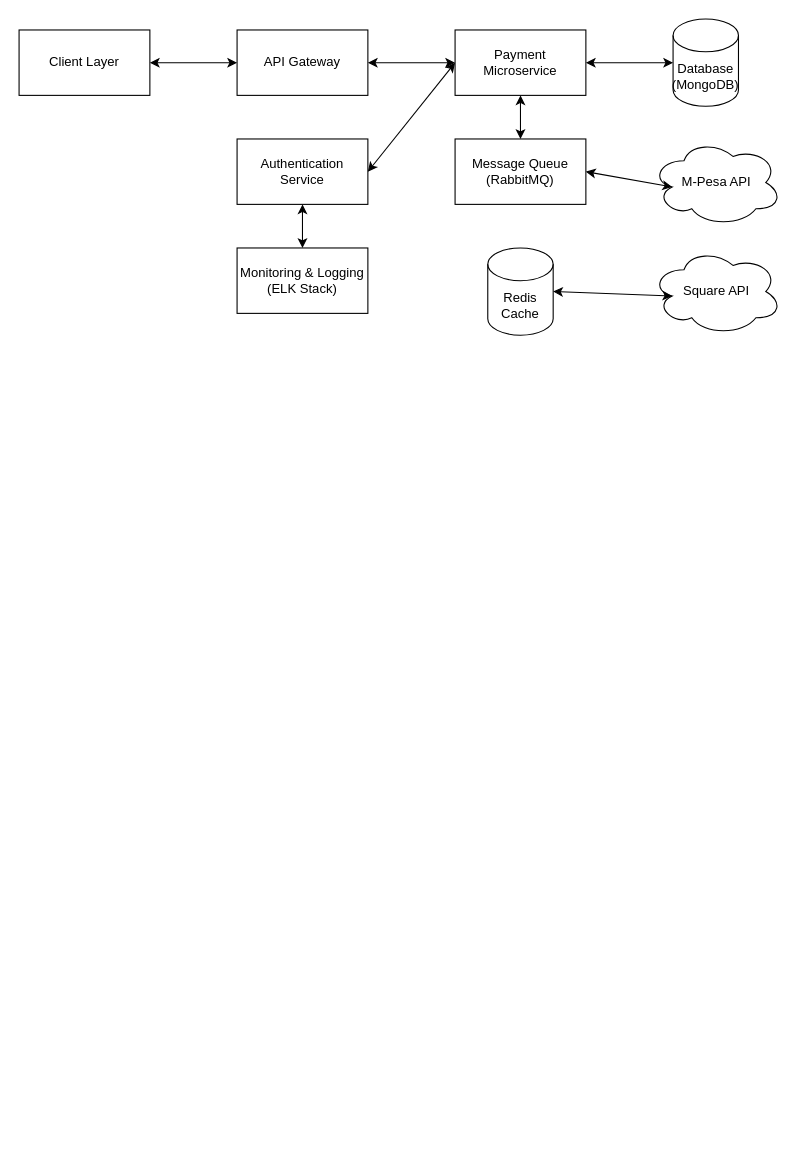
Jace254/Jace254 keeps this draw.io diagram as Untitled Diagram.drawio. Above is the earlier version. Source tidied: cells renumbered, new cells numbered last; positions are measured from the earlier drawing's top-left corner, leaving out a move shared by most shapes. Both pictures are drawn from the tidied source at 109%, with x=0, y=0 at pixel (19, 19).
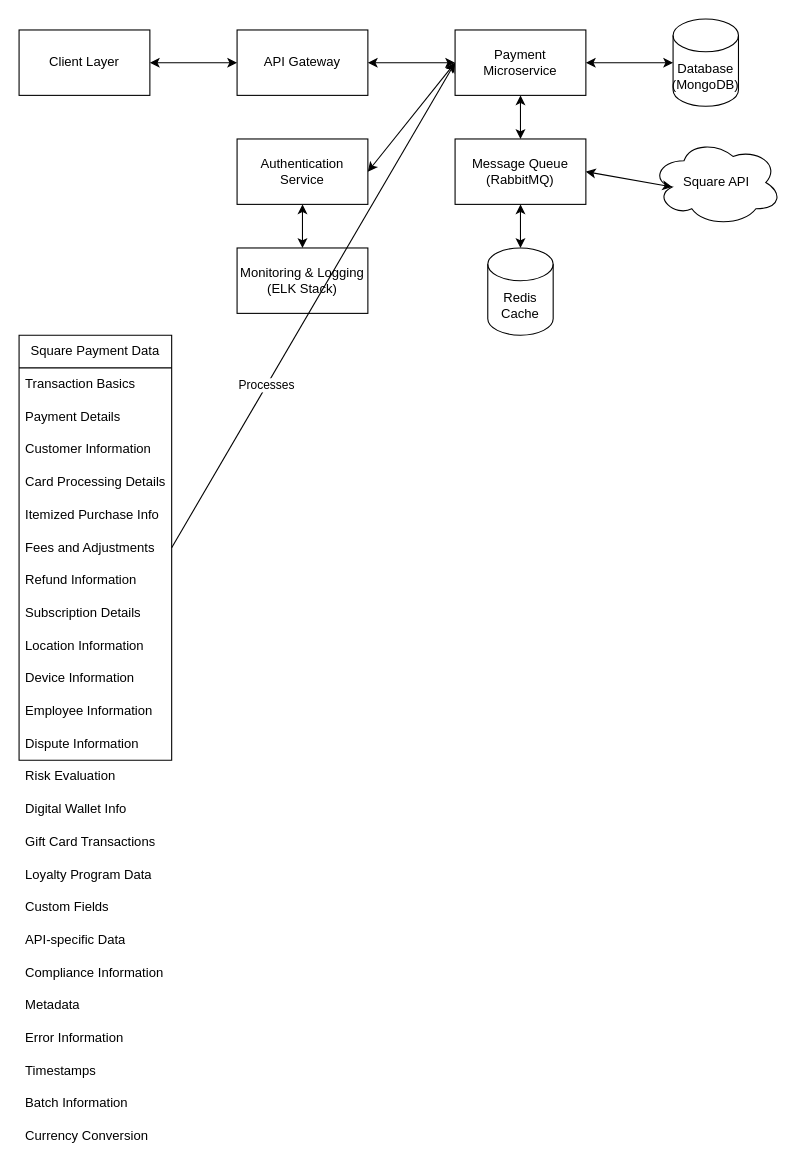
Above is the later version.

The change refers to these unchanged cells:
```xml
<mxCell id="4" value="Payment Microservice" style="rounded=0;whiteSpace=wrap;html=1;" parent="1" vertex="1">
  <mxGeometry x="400" y="10" width="120" height="60" as="geometry" />
</mxCell>
<mxCell id="5" value="Message Queue (RabbitMQ)" style="rounded=0;whiteSpace=wrap;html=1;" parent="1" vertex="1">
  <mxGeometry x="400" y="110" width="120" height="60" as="geometry" />
</mxCell>
<mxCell id="9" value="Redis Cache" style="shape=cylinder3;whiteSpace=wrap;html=1;boundedLbl=1;size=15;" parent="1" vertex="1">
  <mxGeometry x="430" y="210" width="60" height="80" as="geometry" />
</mxCell>
```

What changed in the source:
```diff
@@
-    <mxCell id="7" value="M-Pesa API" style="ellipse;shape=cloud;whiteSpace=wrap;html=1;" parent="1" vertex="1">
-      <mxGeometry x="580" y="110" width="120" height="80" as="geometry" />
-    </mxCell>
     <mxCell id="8" value="Square API" style="ellipse;shape=cloud;whiteSpace=wrap;html=1;" parent="1" vertex="1">
-      <mxGeometry x="580" y="210" width="120" height="80" as="geometry" />
+      <mxGeometry x="580" y="110" width="120" height="80" as="geometry" />
     </mxCell>
@@
-    <mxCell id="16" style="endArrow=classic;startArrow=classic;html=1;rounded=0;exitX=1;exitY=0.5;exitDx=0;exitDy=0;entryX=0.16;entryY=0.55;entryDx=0;entryDy=0;entryPerimeter=0;" parent="1" edge="1" source="5" target="7">
+    <mxCell id="16" style="endArrow=classic;startArrow=classic;html=1;rounded=0;exitX=1;exitY=0.5;exitDx=0;exitDy=0;entryX=0.16;entryY=0.55;entryDx=0;entryDy=0;entryPerimeter=0;" parent="1" edge="1" source="5" target="8">
       <mxGeometry relative="1" as="geometry" />
     </mxCell>
-    <mxCell id="17" style="endArrow=classic;startArrow=classic;html=1;rounded=0;exitX=1;exitY=0.5;exitDx=0;exitDy=0;entryX=0.16;entryY=0.55;entryDx=0;entryDy=0;entryPerimeter=0;" parent="1" edge="1" source="9" target="8">
+    <mxCell id="17" style="endArrow=classic;startArrow=classic;html=1;rounded=0;exitX=0.5;exitY=0;exitDx=0;exitDy=0;entryX=0.5;entryY=1;entryDx=0;entryDy=0;" parent="1" edge="1" source="9" target="5">
       <mxGeometry relative="1" as="geometry" />
     </mxCell>
@@
+    <mxCell id="20" value="Square Payment Data" style="swimlane;fontStyle=0;horizontal=1;startSize=30;whiteSpace=wrap;html=1;" parent="1" vertex="1">
+      <mxGeometry y="290" width="140" height="390" as="geometry" />
+    </mxCell>
+    <mxCell id="21" value="Transaction Basics" style="text;strokeColor=none;fillColor=none;align=left;verticalAlign=middle;spacingLeft=4;spacingRight=4;overflow=hidden;whiteSpace=wrap;html=1;" parent="20" vertex="1">
+      <mxGeometry y="30" width="140" height="30" as="geometry" />
+    </mxCell>
+    <mxCell id="22" value="Payment Details" style="text;strokeColor=none;fillColor=none;align=left;verticalAlign=middle;spacingLeft=4;spacingRight=4;overflow=hidden;whiteSpace=wrap;html=1;" parent="20" vertex="1">
+      <mxGeometry y="60" width="140" height="30" as="geometry" />
+    </mxCell>
+    <mxCell id="23" value="Customer Information" style="text;strokeColor=none;fillColor=none;align=left;verticalAlign=middle;spacingLeft=4;spacingRight=4;overflow=hidden;whiteSpace=wrap;html=1;" parent="20" vertex="1">
+      <mxGeometry y="90" width="140" height="30" as="geometry" />
+    </mxCell>
+    <mxCell id="24" value="Card Processing Details" style="text;strokeColor=none;fillColor=none;align=left;verticalAlign=middle;spacingLeft=4;spacingRight=4;overflow=hidden;whiteSpace=wrap;html=1;" parent="20" vertex="1">
+      <mxGeometry y="120" width="140" height="30" as="geometry" />
+    </mxCell>
+    <mxCell id="25" value="Itemized Purchase Info" style="text;strokeColor=none;fillColor=none;align=left;verticalAlign=middle;spacingLeft=4;spacingRight=4;overflow=hidden;whiteSpace=wrap;html=1;" parent="20" vertex="1">
+      <mxGeometry y="150" width="140" height="30" as="geometry" />
+    </mxCell>
+    <mxCell id="26" value="Fees and Adjustments" style="text;strokeColor=none;fillColor=none;align=left;verticalAlign=middle;spacingLeft=4;spacingRight=4;overflow=hidden;whiteSpace=wrap;html=1;" parent="20" vertex="1">
+      <mxGeometry y="180" width="140" height="30" as="geometry" />
+    </mxCell>
+    <mxCell id="27" value="Refund Information" style="text;strokeColor=none;fillColor=none;align=left;verticalAlign=middle;spacingLeft=4;spacingRight=4;overflow=hidden;whiteSpace=wrap;html=1;" parent="20" vertex="1">
+      <mxGeometry y="210" width="140" height="30" as="geometry" />
+    </mxCell>
+    <mxCell id="28" value="Subscription Details" style="text;strokeColor=none;fillColor=none;align=left;verticalAlign=middle;spacingLeft=4;spacingRight=4;overflow=hidden;whiteSpace=wrap;html=1;" parent="20" vertex="1">
+      <mxGeometry y="240" width="140" height="30" as="geometry" />
+    </mxCell>
+    <mxCell id="29" value="Location Information" style="text;strokeColor=none;fillColor=none;align=left;verticalAlign=middle;spacingLeft=4;spacingRight=4;overflow=hidden;whiteSpace=wrap;html=1;" parent="20" vertex="1">
+      <mxGeometry y="270" width="140" height="30" as="geometry" />
+    </mxCell>
+    <mxCell id="30" value="Device Information" style="text;strokeColor=none;fillColor=none;align=left;verticalAlign=middle;spacingLeft=4;spacingRight=4;overflow=hidden;whiteSpace=wrap;html=1;" parent="20" vertex="1">
+      <mxGeometry y="300" width="140" height="30" as="geometry" />
+    </mxCell>
+    <mxCell id="31" value="Employee Information" style="text;strokeColor=none;fillColor=none;align=left;verticalAlign=middle;spacingLeft=4;spacingRight=4;overflow=hidden;whiteSpace=wrap;html=1;" parent="20" vertex="1">
+      <mxGeometry y="330" width="140" height="30" as="geometry" />
+    </mxCell>
+    <mxCell id="32" value="Dispute Information" style="text;strokeColor=none;fillColor=none;align=left;verticalAlign=middle;spacingLeft=4;spacingRight=4;overflow=hidden;whiteSpace=wrap;html=1;" parent="20" vertex="1">
+      <mxGeometry y="360" width="140" height="30" as="geometry" />
+    </mxCell>
+    <mxCell id="33" value="Risk Evaluation" style="text;strokeColor=none;fillColor=none;align=left;verticalAlign=middle;spacingLeft=4;spacingRight=4;overflow=hidden;whiteSpace=wrap;html=1;" parent="20" vertex="1">
+      <mxGeometry y="390" width="140" height="30" as="geometry" />
+    </mxCell>
+    <mxCell id="34" value="Digital Wallet Info" style="text;strokeColor=none;fillColor=none;align=left;verticalAlign=middle;spacingLeft=4;spacingRight=4;overflow=hidden;whiteSpace=wrap;html=1;" parent="20" vertex="1">
+      <mxGeometry y="420" width="140" height="30" as="geometry" />
+    </mxCell>
+    <mxCell id="35" value="Gift Card Transactions" style="text;strokeColor=none;fillColor=none;align=left;verticalAlign=middle;spacingLeft=4;spacingRight=4;overflow=hidden;whiteSpace=wrap;html=1;" parent="20" vertex="1">
+      <mxGeometry y="450" width="140" height="30" as="geometry" />
+    </mxCell>
+    <mxCell id="36" value="Loyalty Program Data" style="text;strokeColor=none;fillColor=none;align=left;verticalAlign=middle;spacingLeft=4;spacingRight=4;overflow=hidden;whiteSpace=wrap;html=1;" parent="20" vertex="1">
+      <mxGeometry y="480" width="140" height="30" as="geometry" />
+    </mxCell>
+    <mxCell id="37" value="Custom Fields" style="text;strokeColor=none;fillColor=none;align=left;verticalAlign=middle;spacingLeft=4;spacingRight=4;overflow=hidden;whiteSpace=wrap;html=1;" parent="20" vertex="1">
+      <mxGeometry y="510" width="140" height="30" as="geometry" />
+    </mxCell>
+    <mxCell id="38" value="API-specific Data" style="text;strokeColor=none;fillColor=none;align=left;verticalAlign=middle;spacingLeft=4;spacingRight=4;overflow=hidden;whiteSpace=wrap;html=1;" parent="20" vertex="1">
+      <mxGeometry y="540" width="140" height="30" as="geometry" />
+    </mxCell>
+    <mxCell id="39" value="Compliance Information" style="text;strokeColor=none;fillColor=none;align=left;verticalAlign=middle;spacingLeft=4;spacingRight=4;overflow=hidden;whiteSpace=wrap;html=1;" parent="20" vertex="1">
+      <mxGeometry y="570" width="140" height="30" as="geometry" />
+    </mxCell>
+    <mxCell id="40" value="Metadata" style="text;strokeColor=none;fillColor=none;align=left;verticalAlign=middle;spacingLeft=4;spacingRight=4;overflow=hidden;whiteSpace=wrap;html=1;" parent="20" vertex="1">
+      <mxGeometry y="600" width="140" height="30" as="geometry" />
+    </mxCell>
+    <mxCell id="41" value="Error Information" style="text;strokeColor=none;fillColor=none;align=left;verticalAlign=middle;spacingLeft=4;spacingRight=4;overflow=hidden;whiteSpace=wrap;html=1;" parent="20" vertex="1">
+      <mxGeometry y="630" width="140" height="30" as="geometry" />
+    </mxCell>
+    <mxCell id="42" value="Timestamps" style="text;strokeColor=none;fillColor=none;align=left;verticalAlign=middle;spacingLeft=4;spacingRight=4;overflow=hidden;whiteSpace=wrap;html=1;" parent="20" vertex="1">
+      <mxGeometry y="660" width="140" height="30" as="geometry" />
+    </mxCell>
+    <mxCell id="43" value="Batch Information" style="text;strokeColor=none;fillColor=none;align=left;verticalAlign=middle;spacingLeft=4;spacingRight=4;overflow=hidden;whiteSpace=wrap;html=1;" parent="20" vertex="1">
+      <mxGeometry y="690" width="140" height="30" as="geometry" />
+    </mxCell>
+    <mxCell id="44" value="Currency Conversion" style="text;strokeColor=none;fillColor=none;align=left;verticalAlign=middle;spacingLeft=4;spacingRight=4;overflow=hidden;whiteSpace=wrap;html=1;" parent="20" vertex="1">
+      <mxGeometry y="720" width="140" height="30" as="geometry" />
+    </mxCell>
+    <mxCell id="45" style="endArrow=classic;html=1;rounded=0;exitX=1;exitY=0.5;exitDx=0;exitDy=0;entryX=0;entryY=0.5;entryDx=0;entryDy=0;" parent="1" edge="1" source="20" target="4">
+      <mxGeometry relative="1" as="geometry" />
+    </mxCell>
+    <mxCell id="46" value="Processes" style="edgeLabel;html=1;align=center;verticalAlign=middle;" parent="45" vertex="1">
+      <mxGeometry x="-0.33" y="1" relative="1" as="geometry" />
+    </mxCell>
```
